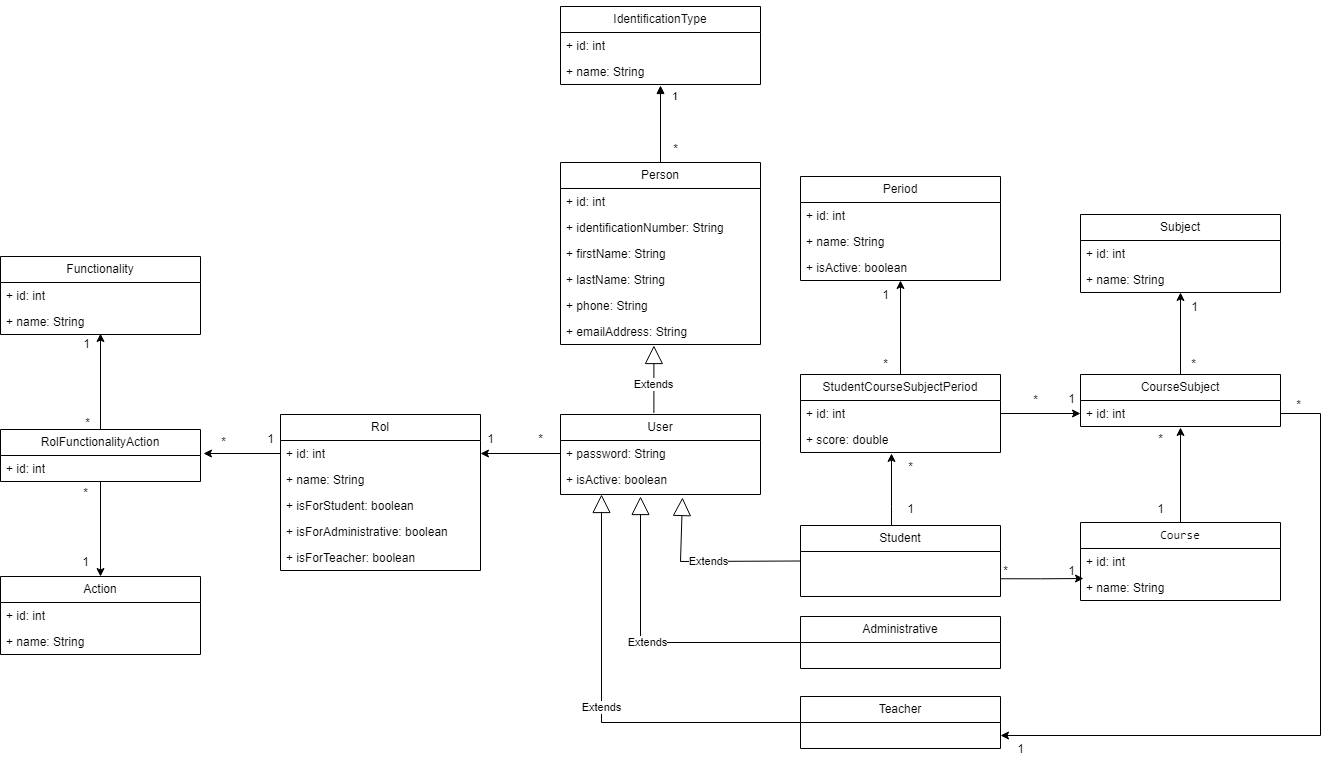
The draw.io diagram src/main/resources/Class Diagram.png in jchuquen/academic-register-services, before a commit. Source tidied: cells renumbered, new cells last; positions are measured from the earlier drawing's top-left corner, leaving out a move shared by most shapes.
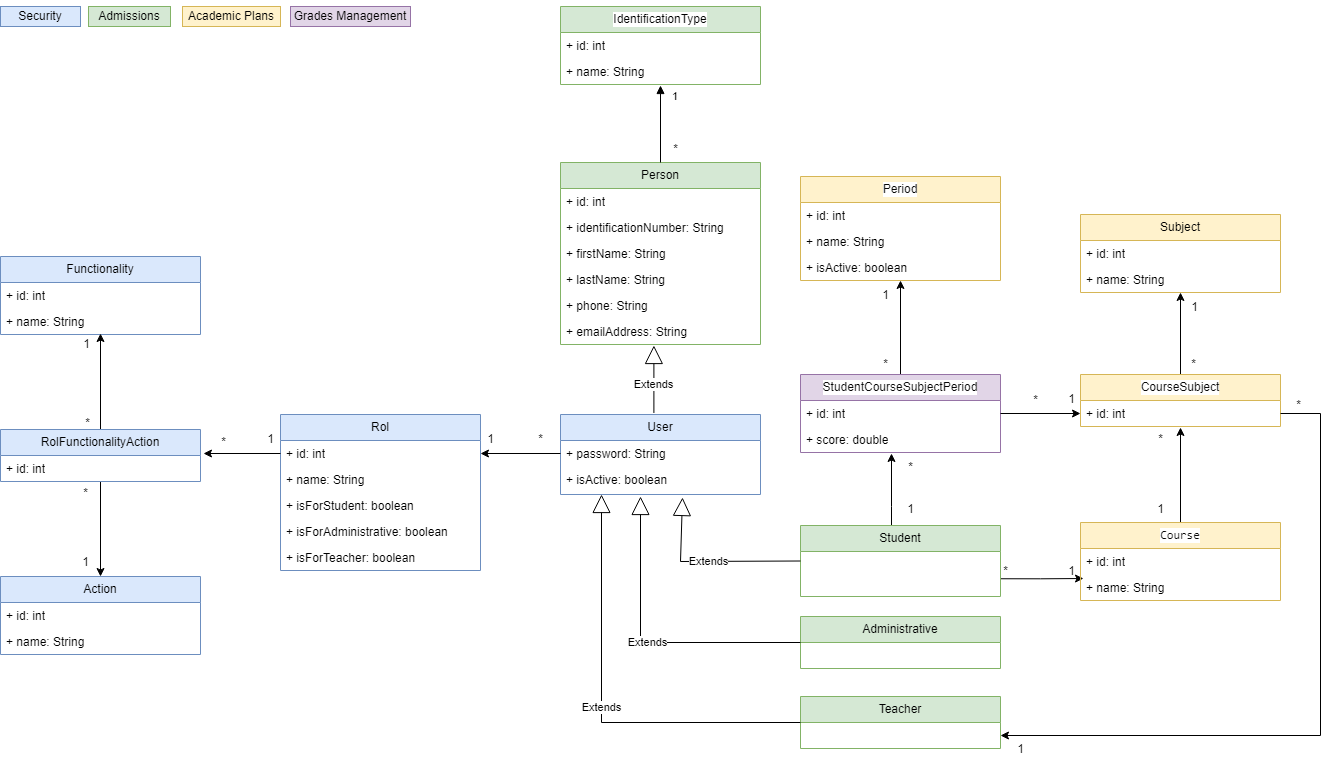
The same diagram one commit later.

What changed in the source:
```diff
@@ -2,7 +2,7 @@
   <root>
     <mxCell id="0" />
     <mxCell id="1" parent="0" />
-    <mxCell id="2" value="&lt;div style=&quot;background-color: rgb(255, 255, 255); color: rgb(8, 8, 8);&quot;&gt;&lt;pre style=&quot;&quot;&gt;&lt;font face=&quot;Helvetica&quot;&gt;IdentificationType&lt;/font&gt;&lt;/pre&gt;&lt;/div&gt;" style="swimlane;fontStyle=0;horizontal=1;startSize=26;fillColor=none;whiteSpace=wrap;html=1;" parent="1" vertex="1">
+    <mxCell id="2" value="&lt;div style=&quot;background-color: rgb(255, 255, 255);&quot;&gt;&lt;pre style=&quot;&quot;&gt;&lt;font style=&quot;&quot; face=&quot;Helvetica&quot;&gt;IdentificationType&lt;/font&gt;&lt;/pre&gt;&lt;/div&gt;" style="swimlane;fontStyle=0;horizontal=1;startSize=26;fillColor=#d5e8d4;whiteSpace=wrap;html=1;strokeColor=#82b366;" parent="1" vertex="1">
       <mxGeometry x="560" width="200" height="78" as="geometry" />
     </mxCell>
     <mxCell id="3" value="+ id: int" style="text;strokeColor=none;fillColor=none;align=left;verticalAlign=top;spacingLeft=4;spacingRight=4;overflow=hidden;whiteSpace=wrap;html=1;" parent="2" vertex="1">
@@ -11,7 +11,7 @@
     <mxCell id="4" value="+ name: String" style="text;strokeColor=none;fillColor=none;align=left;verticalAlign=top;spacingLeft=4;spacingRight=4;overflow=hidden;points=[[0,0.5],[1,0.5]];portConstraint=eastwest;whiteSpace=wrap;html=1;" parent="2" vertex="1">
       <mxGeometry y="52" width="200" height="26" as="geometry" />
     </mxCell>
-    <mxCell id="5" value="&lt;div style=&quot;background-color: rgb(255, 255, 255); color: rgb(8, 8, 8);&quot;&gt;&lt;pre style=&quot;&quot;&gt;&lt;font face=&quot;Helvetica&quot;&gt;Period&lt;/font&gt;&lt;/pre&gt;&lt;/div&gt;" style="swimlane;fontStyle=0;horizontal=1;startSize=26;fillColor=none;whiteSpace=wrap;html=1;" parent="1" vertex="1">
+    <mxCell id="5" value="&lt;div style=&quot;background-color: rgb(255, 255, 255); color: rgb(8, 8, 8);&quot;&gt;&lt;pre style=&quot;&quot;&gt;&lt;font face=&quot;Helvetica&quot;&gt;Period&lt;/font&gt;&lt;/pre&gt;&lt;/div&gt;" style="swimlane;fontStyle=0;horizontal=1;startSize=26;fillColor=#fff2cc;whiteSpace=wrap;html=1;strokeColor=#d6b656;" parent="1" vertex="1">
       <mxGeometry x="800" y="170" width="200" height="104" as="geometry" />
     </mxCell>
     <mxCell id="6" value="+ id: int" style="text;strokeColor=none;fillColor=none;align=left;verticalAlign=top;spacingLeft=4;spacingRight=4;overflow=hidden;whiteSpace=wrap;html=1;" parent="5" vertex="1">
@@ -23,7 +23,7 @@
     <mxCell id="8" value="+ isActive: boolean" style="text;strokeColor=none;fillColor=none;align=left;verticalAlign=top;spacingLeft=4;spacingRight=4;overflow=hidden;points=[[0,0.5],[1,0.5]];portConstraint=eastwest;whiteSpace=wrap;html=1;" parent="5" vertex="1">
       <mxGeometry y="78" width="200" height="26" as="geometry" />
     </mxCell>
-    <mxCell id="9" value="Subject" style="swimlane;fontStyle=0;horizontal=1;startSize=26;fillColor=none;whiteSpace=wrap;html=1;" parent="1" vertex="1">
+    <mxCell id="9" value="Subject" style="swimlane;fontStyle=0;horizontal=1;startSize=26;fillColor=#fff2cc;whiteSpace=wrap;html=1;strokeColor=#d6b656;" parent="1" vertex="1">
       <mxGeometry x="1080" y="208" width="200" height="78" as="geometry" />
     </mxCell>
     <mxCell id="10" value="+ id: int" style="text;strokeColor=none;fillColor=none;align=left;verticalAlign=top;spacingLeft=4;spacingRight=4;overflow=hidden;whiteSpace=wrap;html=1;" parent="9" vertex="1">
@@ -35,7 +35,7 @@
     <mxCell id="12" style="edgeStyle=orthogonalEdgeStyle;rounded=0;jettySize=auto;html=1;entryX=0.5;entryY=1;entryDx=0;entryDy=0;entryPerimeter=0;" parent="1" edge="1" source="13" target="11">
       <mxGeometry relative="1" as="geometry" />
     </mxCell>
-    <mxCell id="13" value="&lt;div style=&quot;background-color: rgb(255, 255, 255); color: rgb(8, 8, 8);&quot;&gt;&lt;pre style=&quot;&quot;&gt;&lt;font face=&quot;Helvetica&quot;&gt;CourseSubject&lt;/font&gt;&lt;/pre&gt;&lt;/div&gt;" style="swimlane;fontStyle=0;horizontal=1;startSize=26;fillColor=none;whiteSpace=wrap;html=1;" parent="1" vertex="1">
+    <mxCell id="13" value="&lt;div style=&quot;background-color: rgb(255, 255, 255); color: rgb(8, 8, 8);&quot;&gt;&lt;pre style=&quot;&quot;&gt;&lt;font face=&quot;Helvetica&quot;&gt;CourseSubject&lt;/font&gt;&lt;/pre&gt;&lt;/div&gt;" style="swimlane;fontStyle=0;horizontal=1;startSize=26;fillColor=#fff2cc;whiteSpace=wrap;html=1;strokeColor=#d6b656;" parent="1" vertex="1">
       <mxGeometry x="1080" y="368" width="200" height="52" as="geometry" />
     </mxCell>
     <mxCell id="14" value="+ id: int" style="text;strokeColor=none;fillColor=none;align=left;verticalAlign=top;spacingLeft=4;spacingRight=4;overflow=hidden;points=[[0,0.5],[1,0.5]];portConstraint=eastwest;whiteSpace=wrap;html=1;" parent="13" vertex="1">
@@ -44,7 +44,7 @@
     <mxCell id="15" style="edgeStyle=orthogonalEdgeStyle;rounded=0;jettySize=auto;html=1;entryX=0.5;entryY=1;entryDx=0;entryDy=0;entryPerimeter=0;" parent="1" edge="1" source="16" target="8">
       <mxGeometry relative="1" as="geometry" />
     </mxCell>
-    <mxCell id="16" value="&lt;div style=&quot;background-color: rgb(255, 255, 255); color: rgb(8, 8, 8);&quot;&gt;&lt;pre style=&quot;&quot;&gt;&lt;span style=&quot;white-space: normal;&quot;&gt;&lt;font face=&quot;Helvetica&quot;&gt;StudentCourseSubjectPeriod&lt;/font&gt;&lt;/span&gt;&lt;font face=&quot;JetBrains Mono, monospace&quot;&gt;&lt;br&gt;&lt;/font&gt;&lt;/pre&gt;&lt;/div&gt;" style="swimlane;fontStyle=0;horizontal=1;startSize=26;fillColor=none;whiteSpace=wrap;html=1;" parent="1" vertex="1">
+    <mxCell id="16" value="&lt;div style=&quot;background-color: rgb(255, 255, 255); color: rgb(8, 8, 8);&quot;&gt;&lt;pre style=&quot;&quot;&gt;&lt;span style=&quot;white-space: normal;&quot;&gt;&lt;font face=&quot;Helvetica&quot;&gt;StudentCourseSubjectPeriod&lt;/font&gt;&lt;/span&gt;&lt;font face=&quot;JetBrains Mono, monospace&quot;&gt;&lt;br&gt;&lt;/font&gt;&lt;/pre&gt;&lt;/div&gt;" style="swimlane;fontStyle=0;horizontal=1;startSize=26;fillColor=#e1d5e7;whiteSpace=wrap;html=1;strokeColor=#9673a6;" parent="1" vertex="1">
       <mxGeometry x="800" y="368" width="200" height="78" as="geometry" />
     </mxCell>
     <mxCell id="17" value="+ id: int" style="text;strokeColor=none;fillColor=none;align=left;verticalAlign=top;spacingLeft=4;spacingRight=4;overflow=hidden;points=[[0,0.5],[1,0.5]];portConstraint=eastwest;whiteSpace=wrap;html=1;" parent="16" vertex="1">
@@ -53,7 +53,7 @@
     <mxCell id="18" value="+ score: double" style="text;strokeColor=none;fillColor=none;align=left;verticalAlign=top;spacingLeft=4;spacingRight=4;overflow=hidden;points=[[0,0.5],[1,0.5]];portConstraint=eastwest;whiteSpace=wrap;html=1;" parent="16" vertex="1">
       <mxGeometry y="52" width="200" height="26" as="geometry" />
     </mxCell>
-    <mxCell id="19" value="Person" style="swimlane;fontStyle=0;horizontal=1;startSize=26;fillColor=none;whiteSpace=wrap;html=1;" parent="1" vertex="1">
+    <mxCell id="19" value="Person" style="swimlane;fontStyle=0;horizontal=1;startSize=26;fillColor=#d5e8d4;whiteSpace=wrap;html=1;strokeColor=#82b366;" parent="1" vertex="1">
       <mxGeometry x="560" y="156" width="200" height="182" as="geometry" />
     </mxCell>
     <mxCell id="20" value="+ id: int" style="text;strokeColor=none;fillColor=none;align=left;verticalAlign=top;spacingLeft=4;spacingRight=4;overflow=hidden;whiteSpace=wrap;html=1;" parent="19" vertex="1">
@@ -74,7 +74,7 @@
     <mxCell id="25" value="+&amp;nbsp;emailAddress: String" style="text;strokeColor=none;fillColor=none;align=left;verticalAlign=top;spacingLeft=4;spacingRight=4;overflow=hidden;points=[[0,0.5],[1,0.5]];portConstraint=eastwest;whiteSpace=wrap;html=1;" parent="19" vertex="1">
       <mxGeometry y="156" width="200" height="26" as="geometry" />
     </mxCell>
-    <mxCell id="26" value="User" style="swimlane;fontStyle=0;horizontal=1;startSize=26;fillColor=none;whiteSpace=wrap;html=1;" parent="1" vertex="1">
+    <mxCell id="26" value="User" style="swimlane;fontStyle=0;horizontal=1;startSize=26;fillColor=#dae8fc;whiteSpace=wrap;html=1;strokeColor=#6c8ebf;" parent="1" vertex="1">
       <mxGeometry x="560" y="408" width="200" height="80" as="geometry" />
     </mxCell>
     <mxCell id="27" value="+ password: String" style="text;strokeColor=none;fillColor=none;align=left;verticalAlign=top;spacingLeft=4;spacingRight=4;overflow=hidden;points=[[0,0.5],[1,0.5]];portConstraint=eastwest;whiteSpace=wrap;html=1;" parent="26" vertex="1">
@@ -108,13 +108,13 @@
     <mxCell id="34" style="edgeStyle=orthogonalEdgeStyle;rounded=0;jettySize=auto;html=1;exitX=1;exitY=0.75;exitDx=0;exitDy=0;entryX=0.015;entryY=0.154;entryDx=0;entryDy=0;entryPerimeter=0;" parent="1" edge="1" source="35" target="44">
       <mxGeometry relative="1" as="geometry" />
     </mxCell>
-    <mxCell id="35" value="Student" style="swimlane;fontStyle=0;horizontal=1;startSize=26;fillColor=none;whiteSpace=wrap;html=1;" parent="1" vertex="1">
+    <mxCell id="35" value="Student" style="swimlane;fontStyle=0;horizontal=1;startSize=26;fillColor=#d5e8d4;whiteSpace=wrap;html=1;strokeColor=#82b366;" parent="1" vertex="1">
       <mxGeometry x="800" y="519" width="200" height="71" as="geometry" />
     </mxCell>
-    <mxCell id="36" value="Administrative" style="swimlane;fontStyle=0;horizontal=1;startSize=26;fillColor=none;whiteSpace=wrap;html=1;" parent="1" vertex="1">
+    <mxCell id="36" value="Administrative" style="swimlane;fontStyle=0;horizontal=1;startSize=26;fillColor=#d5e8d4;whiteSpace=wrap;html=1;strokeColor=#82b366;" parent="1" vertex="1">
       <mxGeometry x="800" y="610" width="200" height="52" as="geometry" />
     </mxCell>
-    <mxCell id="37" value="Teacher" style="swimlane;fontStyle=0;horizontal=1;startSize=26;fillColor=none;whiteSpace=wrap;html=1;" parent="1" vertex="1">
+    <mxCell id="37" value="Teacher" style="swimlane;fontStyle=0;horizontal=1;startSize=26;fillColor=#d5e8d4;whiteSpace=wrap;html=1;strokeColor=#82b366;" parent="1" vertex="1">
       <mxGeometry x="800" y="690" width="200" height="52" as="geometry" />
     </mxCell>
     <mxCell id="38" value="Extends" style="endArrow=block;endSize=16;endFill=0;html=1;rounded=0;entryX=0.205;entryY=1;entryDx=0;entryDy=0;entryPerimeter=0;exitX=0;exitY=0.5;exitDx=0;exitDy=0;" parent="1" edge="1" source="37" target="28">
@@ -141,7 +141,7 @@
     <mxCell id="41" style="edgeStyle=orthogonalEdgeStyle;rounded=0;jettySize=auto;html=1;entryX=0.5;entryY=1.038;entryDx=0;entryDy=0;entryPerimeter=0;" parent="1" edge="1" source="42" target="14">
       <mxGeometry relative="1" as="geometry" />
     </mxCell>
-    <mxCell id="42" value="&lt;div style=&quot;background-color:#ffffff;color:#080808;font-family:'JetBrains Mono',monospace;font-size:9,8pt;&quot;&gt;&lt;pre&gt;Course&lt;/pre&gt;&lt;/div&gt;" style="swimlane;fontStyle=0;horizontal=1;startSize=26;fillColor=none;whiteSpace=wrap;html=1;" parent="1" vertex="1">
+    <mxCell id="42" value="&lt;div style=&quot;background-color:#ffffff;color:#080808;font-family:'JetBrains Mono',monospace;font-size:9,8pt;&quot;&gt;&lt;pre&gt;Course&lt;/pre&gt;&lt;/div&gt;" style="swimlane;fontStyle=0;horizontal=1;startSize=26;fillColor=#fff2cc;whiteSpace=wrap;html=1;strokeColor=#d6b656;" parent="1" vertex="1">
       <mxGeometry x="1080" y="516" width="200" height="78" as="geometry" />
     </mxCell>
     <mxCell id="43" value="+ id: int" style="text;strokeColor=none;fillColor=none;align=left;verticalAlign=top;spacingLeft=4;spacingRight=4;overflow=hidden;whiteSpace=wrap;html=1;" parent="42" vertex="1">
@@ -203,7 +203,7 @@
     <mxCell id="60" value="*" style="text;html=1;align=center;verticalAlign=middle;strokeColor=none;fillColor=none;" parent="1" vertex="1">
       <mxGeometry x="1283" y="384" width="30" height="30" as="geometry" />
     </mxCell>
-    <mxCell id="61" value="Rol" style="swimlane;fontStyle=0;horizontal=1;startSize=26;fillColor=none;whiteSpace=wrap;html=1;" parent="1" vertex="1">
+    <mxCell id="61" value="Rol" style="swimlane;fontStyle=0;horizontal=1;startSize=26;fillColor=#dae8fc;whiteSpace=wrap;html=1;strokeColor=#6c8ebf;" parent="1" vertex="1">
       <mxGeometry x="280" y="408" width="200" height="156" as="geometry" />
     </mxCell>
     <mxCell id="62" value="+ id: int" style="text;strokeColor=none;fillColor=none;align=left;verticalAlign=top;spacingLeft=4;spacingRight=4;overflow=hidden;points=[[0,0.5],[1,0.5]];portConstraint=eastwest;whiteSpace=wrap;html=1;" parent="61" vertex="1">
@@ -221,7 +221,7 @@
     <mxCell id="66" value="+ isForTeacher: boolean" style="text;strokeColor=none;fillColor=none;align=left;verticalAlign=top;spacingLeft=4;spacingRight=4;overflow=hidden;whiteSpace=wrap;html=1;" parent="61" vertex="1">
       <mxGeometry y="130" width="200" height="26" as="geometry" />
     </mxCell>
-    <mxCell id="67" value="Functionality" style="swimlane;fontStyle=0;horizontal=1;startSize=26;fillColor=none;whiteSpace=wrap;html=1;" parent="1" vertex="1">
+    <mxCell id="67" value="Functionality" style="swimlane;fontStyle=0;horizontal=1;startSize=26;fillColor=#dae8fc;whiteSpace=wrap;html=1;strokeColor=#6c8ebf;" parent="1" vertex="1">
       <mxGeometry y="250" width="200" height="78" as="geometry" />
     </mxCell>
     <mxCell id="68" value="+ id: int" style="text;strokeColor=none;fillColor=none;align=left;verticalAlign=top;spacingLeft=4;spacingRight=4;overflow=hidden;whiteSpace=wrap;html=1;" parent="67" vertex="1">
@@ -230,7 +230,7 @@
     <mxCell id="69" value="+ name: String" style="text;strokeColor=none;fillColor=none;align=left;verticalAlign=top;spacingLeft=4;spacingRight=4;overflow=hidden;points=[[0,0.5],[1,0.5]];portConstraint=eastwest;whiteSpace=wrap;html=1;" parent="67" vertex="1">
       <mxGeometry y="52" width="200" height="26" as="geometry" />
     </mxCell>
-    <mxCell id="70" value="Action" style="swimlane;fontStyle=0;horizontal=1;startSize=26;fillColor=none;whiteSpace=wrap;html=1;" parent="1" vertex="1">
+    <mxCell id="70" value="Action" style="swimlane;fontStyle=0;horizontal=1;startSize=26;fillColor=#dae8fc;whiteSpace=wrap;html=1;strokeColor=#6c8ebf;" parent="1" vertex="1">
       <mxGeometry y="570" width="200" height="78" as="geometry" />
     </mxCell>
     <mxCell id="71" value="+ id: int" style="text;strokeColor=none;fillColor=none;align=left;verticalAlign=top;spacingLeft=4;spacingRight=4;overflow=hidden;whiteSpace=wrap;html=1;" parent="70" vertex="1">
@@ -245,7 +245,7 @@
     <mxCell id="74" style="edgeStyle=orthogonalEdgeStyle;rounded=0;jettySize=auto;html=1;entryX=0.5;entryY=0;entryDx=0;entryDy=0;" parent="1" edge="1" source="75" target="70">
       <mxGeometry relative="1" as="geometry" />
     </mxCell>
-    <mxCell id="75" value="RolFunctionalityAction" style="swimlane;fontStyle=0;horizontal=1;startSize=26;fillColor=none;whiteSpace=wrap;html=1;" parent="1" vertex="1">
+    <mxCell id="75" value="RolFunctionalityAction" style="swimlane;fontStyle=0;horizontal=1;startSize=26;fillColor=#dae8fc;whiteSpace=wrap;html=1;strokeColor=#6c8ebf;" parent="1" vertex="1">
       <mxGeometry y="423" width="200" height="52" as="geometry" />
     </mxCell>
     <mxCell id="76" value="+ id: int" style="text;strokeColor=none;fillColor=none;align=left;verticalAlign=top;spacingLeft=4;spacingRight=4;overflow=hidden;points=[[0,0.5],[1,0.5]];portConstraint=eastwest;whiteSpace=wrap;html=1;" parent="75" vertex="1">
@@ -281,5 +281,17 @@
     <mxCell id="86" value="*" style="text;html=1;align=center;verticalAlign=middle;strokeColor=none;fillColor=none;" parent="1" vertex="1">
       <mxGeometry x="70" y="472" width="30" height="30" as="geometry" />
     </mxCell>
+    <mxCell id="87" value="Security" style="rounded=0;whiteSpace=wrap;html=1;fillColor=#dae8fc;strokeColor=#6c8ebf;" parent="1" vertex="1">
+      <mxGeometry width="80" height="20" as="geometry" />
+    </mxCell>
+    <mxCell id="88" value="Admissions" style="rounded=0;whiteSpace=wrap;html=1;fillColor=#d5e8d4;strokeColor=#82b366;" parent="1" vertex="1">
+      <mxGeometry x="88" width="82" height="20" as="geometry" />
+    </mxCell>
+    <mxCell id="89" value="Academic Plans" style="rounded=0;whiteSpace=wrap;html=1;fillColor=#fff2cc;strokeColor=#d6b656;" parent="1" vertex="1">
+      <mxGeometry x="182" width="98" height="20" as="geometry" />
+    </mxCell>
+    <mxCell id="90" value="Grades Management" style="rounded=0;whiteSpace=wrap;html=1;fillColor=#e1d5e7;strokeColor=#9673a6;" parent="1" vertex="1">
+      <mxGeometry x="290" width="120" height="20" as="geometry" />
+    </mxCell>
   </root>
 </mxGraphModel>
```
